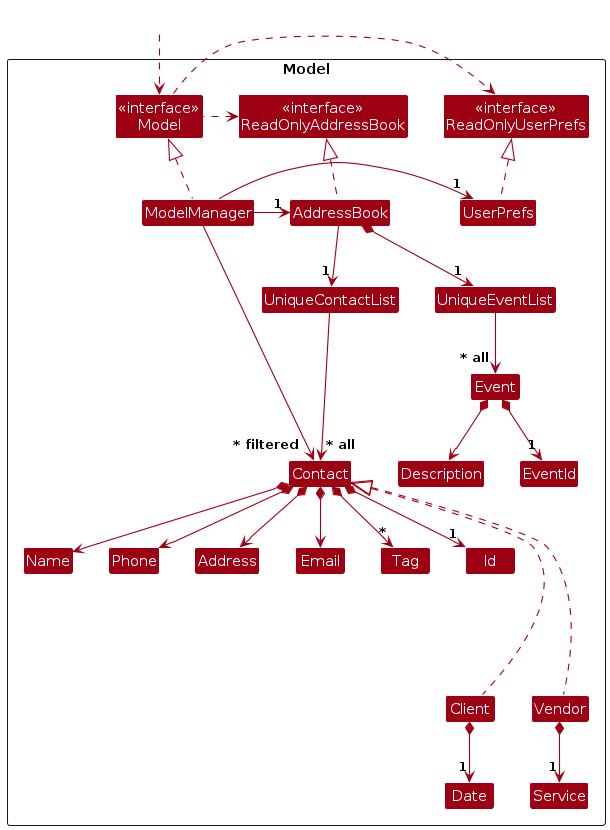
Earlier version of the PlantUML export diagrams/ModelClassDiagram.png (AY2425S1-CS2103T-F13-3/tp). Its source is kept beside it as diagrams/ModelClassDiagram.puml.
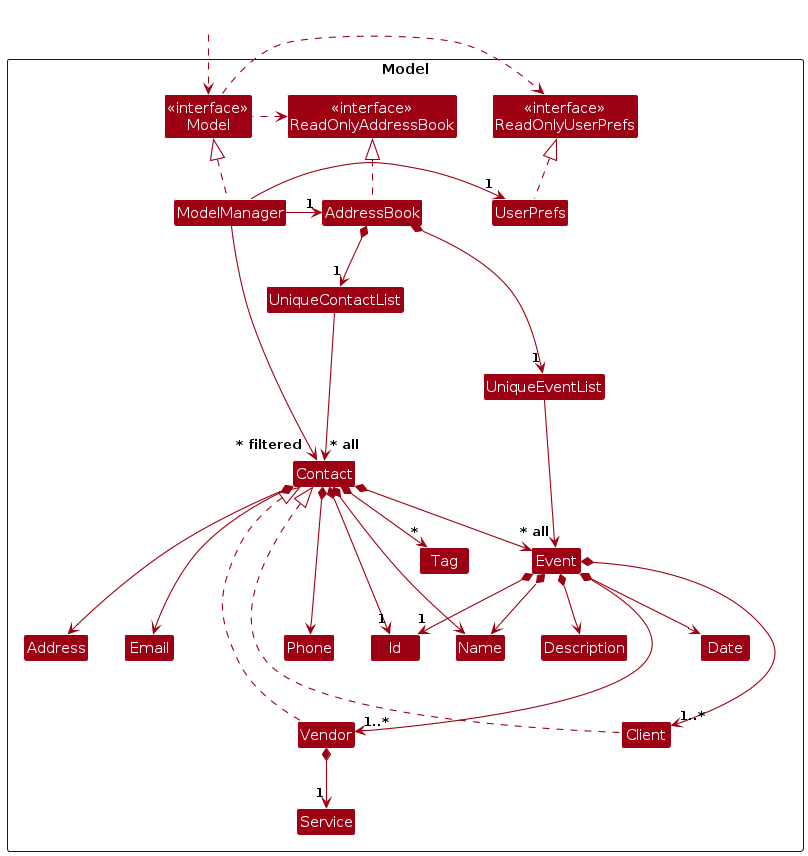
The same file after the commit.

The edit, as a diff of the source:
```diff
@@ -12,22 +12,23 @@
 Class ModelManager
 Class UserPrefs
 
-Class UniqueContactList
-Class UniqueEventList
-Class Event
-Class Contact
-Class Address
-Class Email
 Class Name
-Class Phone
+Class Id
 Class Tag
-Class Description
-Class Id
-Class EventId
+
 Class Client
 Class Vendor
 Class Service
+Class Address
+Class Contact
+Class Email
+Class Phone
+Class UniqueContactList
+
 Class Date
+Class Description
+Class Event
+Class UniqueEventList
 
 Class I #FFFFFF
 }
@@ -44,22 +45,30 @@
 ModelManager -right-> "1" UserPrefs
 UserPrefs .up.|> ReadOnlyUserPrefs
 
-AddressBook --> "1" UniqueContactList
+AddressBook *--> "1" UniqueContactList
 AddressBook *--> "1" UniqueEventList
 UniqueContactList --> "~* all" Contact
 UniqueEventList --> "~* all" Event
+
 Client .up.--|> Contact
-Client *--> "1" Date
+
 Vendor .up.--|> Contact
 Vendor *--> "1" Service
+
 Contact *--> Name
 Contact *--> Phone
 Contact *--> Email
 Contact *--> Address
 Contact *--> "*" Tag
 Contact *--> "1" Id
-Event *--> "1" EventId
+Contact *--> Event
+
+Event *--> Name
 Event *--> Description
+Event *--> Date
+Event *--> "1" Id
+Event *--> "1..*" Client
+Event *--> "1..*" Vendor
 
 Contact -[hidden]up--> I
 UniqueContactList -[hidden]right-> I
```
